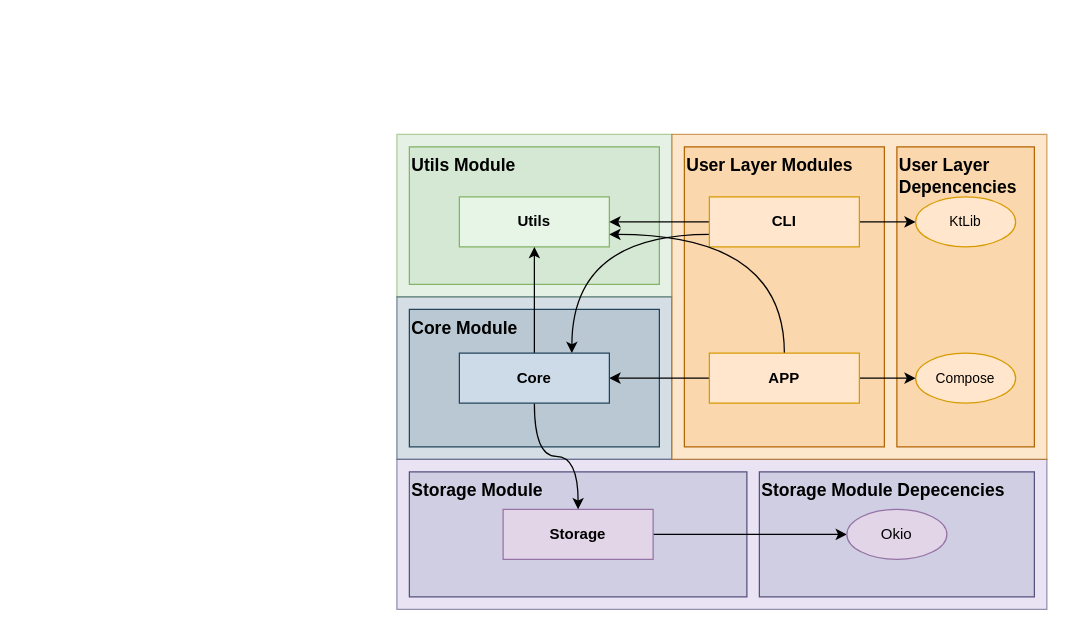
The draw.io diagram images/Module_Structure.drawio in RafaPear/TDS-2526-Assignment, before the edit. Source tidied: cells renumbered, new cells numbered last; positions are measured from the earlier drawing's top-left corner, leaving out a move shared by most shapes. Both pictures are drawn from the tidied source at 125%, with x=0, y=0 at pixel (396, 134).
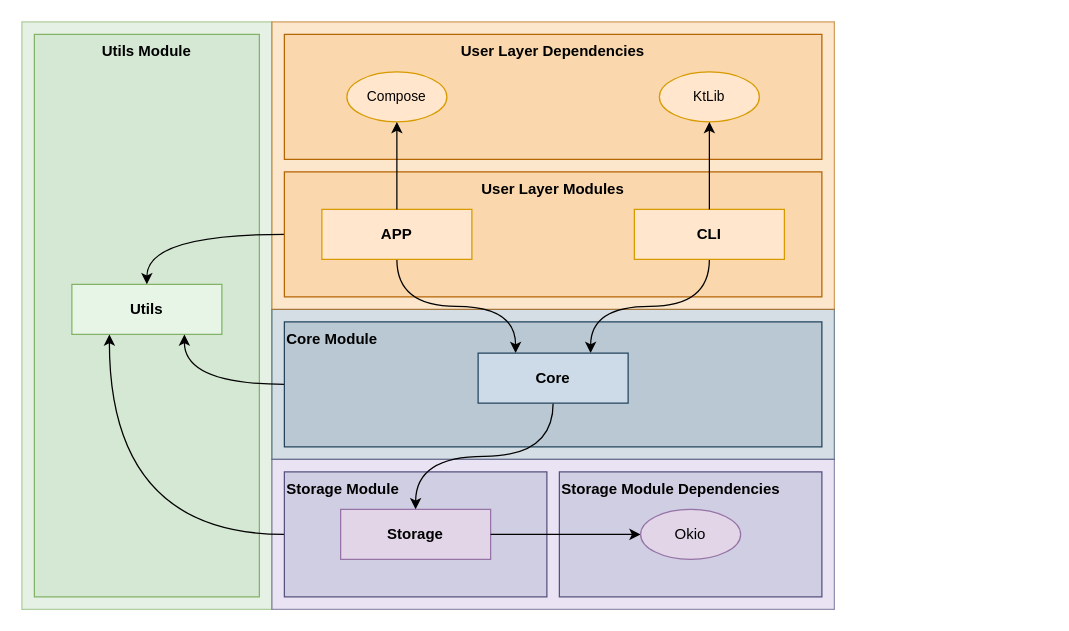
After the change.

Change to the diagram source:
```diff
@@
     <mxCell id="2" style="rounded=0;whiteSpace=wrap;html=1;fillColor=#d5e8d4;strokeColor=#82b366;labelBackgroundColor=none;labelBorderColor=none;textOpacity=0;opacity=60;fontStyle=1;" parent="1" vertex="1">
-      <mxGeometry width="220" height="130" as="geometry" />
+      <mxGeometry x="-300" y="-90" width="200" height="470" as="geometry" />
     </mxCell>
     <mxCell id="3" style="rounded=0;whiteSpace=wrap;html=1;fillColor=#d5e8d4;strokeColor=#82b366;" parent="1" vertex="1">
-      <mxGeometry x="10" y="10" width="200" height="110" as="geometry" />
+      <mxGeometry x="-290" y="-80" width="180" height="450" as="geometry" />
     </mxCell>
-    <mxCell id="4" value="Utils Module" style="text;html=1;align=left;verticalAlign=top;whiteSpace=wrap;rounded=0;fontSize=14;fontStyle=1;" parent="1" vertex="1">
-      <mxGeometry x="10" y="10" width="200" height="30" as="geometry" />
+    <mxCell id="4" value="Utils Module" style="text;html=1;align=center;verticalAlign=top;whiteSpace=wrap;rounded=0;fontSize=12;fontStyle=1;" parent="1" vertex="1">
+      <mxGeometry x="-290" y="-80" width="180" height="30" as="geometry" />
     </mxCell>
     <mxCell id="5" value="&lt;div&gt;&lt;b&gt;Utils&lt;/b&gt;&lt;/div&gt;" style="html=1;whiteSpace=wrap;fillColor=light-dark(#e6f5e5, #1f2f1e);strokeColor=#82b366;" parent="1" vertex="1">
-      <mxGeometry x="50" y="50" width="120" height="40" as="geometry" />
+      <mxGeometry x="-260" y="120" width="120" height="40" as="geometry" />
     </mxCell>
     <mxCell id="6" style="rounded=0;whiteSpace=wrap;html=1;fillColor=#bac8d3;strokeColor=#23445d;labelBackgroundColor=none;labelBorderColor=none;textOpacity=0;opacity=60;" parent="1" vertex="1">
-      <mxGeometry y="130" width="220" height="130" as="geometry" />
+      <mxGeometry x="-100" y="140" width="450" height="120" as="geometry" />
     </mxCell>
+    <mxCell id="36" style="edgeStyle=orthogonalEdgeStyle;shape=connector;curved=1;rounded=0;jettySize=auto;html=1;exitX=0;exitY=0.5;exitDx=0;exitDy=0;entryX=0.75;entryY=1;entryDx=0;entryDy=0;strokeColor=default;align=center;verticalAlign=middle;fontFamily=Helvetica;fontSize=11;fontColor=default;labelBackgroundColor=default;endArrow=classic;" parent="1" edge="1" source="7" target="5">
+      <mxGeometry relative="1" as="geometry" />
+    </mxCell>
     <mxCell id="7" style="rounded=0;whiteSpace=wrap;html=1;fillColor=#bac8d3;strokeColor=#23445d;" parent="1" vertex="1">
-      <mxGeometry x="10" y="140" width="200" height="110" as="geometry" />
+      <mxGeometry x="-90" y="150" width="430" height="100" as="geometry" />
     </mxCell>
     <mxCell id="8" style="rounded=0;whiteSpace=wrap;html=1;fillColor=#DBD0EB;strokeColor=#56517e;labelBackgroundColor=none;labelBorderColor=none;textOpacity=0;opacity=60;gradientColor=none;fontStyle=1;" parent="1" vertex="1">
-      <mxGeometry y="260" width="520" height="120" as="geometry" />
+      <mxGeometry x="-100" y="260" width="450" height="120" as="geometry" />
     </mxCell>
-    <mxCell id="9" style="rounded=0;whiteSpace=wrap;html=1;fillColor=#d0cee2;strokeColor=#56517e;fontStyle=0;" parent="1" vertex="1">
-      <mxGeometry x="290" y="270" width="220" height="100" as="geometry" />
-    </mxCell>
+    <mxCell id="37" style="edgeStyle=orthogonalEdgeStyle;shape=connector;curved=1;rounded=0;jettySize=auto;html=1;exitX=0;exitY=0.5;exitDx=0;exitDy=0;entryX=0.25;entryY=1;entryDx=0;entryDy=0;strokeColor=default;align=center;verticalAlign=middle;fontFamily=Helvetica;fontSize=11;fontColor=default;labelBackgroundColor=default;endArrow=classic;" parent="1" edge="1" source="10" target="5">
+      <mxGeometry relative="1" as="geometry" />
+    </mxCell>
     <mxCell id="10" style="rounded=0;whiteSpace=wrap;html=1;fillColor=#d0cee2;strokeColor=#56517e;fontStyle=1;" parent="1" vertex="1">
-      <mxGeometry x="10" y="270" width="270" height="100" as="geometry" />
+      <mxGeometry x="-90" y="270" width="210" height="100" as="geometry" />
     </mxCell>
-    <mxCell id="11" value="Storage Module" style="text;html=1;align=left;verticalAlign=top;whiteSpace=wrap;rounded=0;fontSize=14;fontStyle=1;" parent="1" vertex="1">
-      <mxGeometry x="10" y="270" width="330" height="40" as="geometry" />
+    <mxCell id="11" value="Storage Module" style="text;html=1;align=left;verticalAlign=top;whiteSpace=wrap;rounded=0;fontSize=12;fontStyle=1;" parent="1" vertex="1">
+      <mxGeometry x="-90" y="270" width="210" height="40" as="geometry" />
     </mxCell>
-    <mxCell id="12" style="edgeStyle=orthogonalEdgeStyle;shape=connector;curved=1;rounded=0;jettySize=auto;html=1;exitX=1;exitY=0.5;exitDx=0;exitDy=0;strokeColor=default;align=center;verticalAlign=middle;fontFamily=Helvetica;fontSize=11;fontColor=default;labelBackgroundColor=default;endArrow=classic;" parent="1" edge="1" source="13" target="31">
-      <mxGeometry relative="1" as="geometry" />
-    </mxCell>
     <mxCell id="13" value="&lt;span&gt;Storage&lt;/span&gt;" style="html=1;whiteSpace=wrap;fillColor=#e1d5e7;strokeColor=#9673a6;fontStyle=1;" parent="1" vertex="1">
-      <mxGeometry x="85" y="300" width="120" height="40" as="geometry" />
+      <mxGeometry x="-45" y="300" width="120" height="40" as="geometry" />
     </mxCell>
-    <mxCell id="14" value="Storage Module Depecencies" style="text;html=1;align=left;verticalAlign=top;whiteSpace=wrap;rounded=0;fontSize=14;fontStyle=1;" parent="1" vertex="1">
-      <mxGeometry x="290" y="270" width="220" height="40" as="geometry" />
-    </mxCell>
     <mxCell id="15" style="rounded=0;whiteSpace=wrap;html=1;fillColor=#fad7ac;strokeColor=#b46504;labelBackgroundColor=none;labelBorderColor=none;textOpacity=0;opacity=60;fontStyle=1;" parent="1" vertex="1">
-      <mxGeometry x="220" width="300" height="260" as="geometry" />
+      <mxGeometry x="-100" y="-90" width="450" height="230" as="geometry" />
     </mxCell>
-    <mxCell id="16" style="rounded=0;whiteSpace=wrap;html=1;fillColor=#fad7ac;strokeColor=#b46504;" parent="1" vertex="1">
-      <mxGeometry x="400" y="10" width="110" height="240" as="geometry" />
-    </mxCell>
+    <mxCell id="38" style="edgeStyle=orthogonalEdgeStyle;shape=connector;curved=1;rounded=0;jettySize=auto;html=1;exitX=0;exitY=0.5;exitDx=0;exitDy=0;entryX=0.5;entryY=0;entryDx=0;entryDy=0;strokeColor=default;align=center;verticalAlign=middle;fontFamily=Helvetica;fontSize=11;fontColor=default;labelBackgroundColor=default;endArrow=classic;" parent="1" edge="1" source="17" target="5">
+      <mxGeometry relative="1" as="geometry" />
+    </mxCell>
     <mxCell id="17" style="rounded=0;whiteSpace=wrap;html=1;fillColor=#fad7ac;strokeColor=#b46504;" parent="1" vertex="1">
-      <mxGeometry x="230" y="10" width="160" height="240" as="geometry" />
+      <mxGeometry x="-90" y="30" width="430" height="100" as="geometry" />
     </mxCell>
-    <mxCell id="18" value="User Layer Modules" style="text;html=1;align=left;verticalAlign=top;whiteSpace=wrap;rounded=0;fontSize=14;fontStyle=1;" parent="1" vertex="1">
-      <mxGeometry x="230" y="10" width="160" height="40" as="geometry" />
+    <mxCell id="18" value="User Layer Modules" style="text;html=1;align=center;verticalAlign=top;whiteSpace=wrap;rounded=0;fontSize=12;fontStyle=1;" parent="1" vertex="1">
+      <mxGeometry x="-90" y="30" width="430" height="40" as="geometry" />
     </mxCell>
@@
-    <mxCell id="20" value="&lt;span&gt;KtLib&lt;/span&gt;" style="ellipse;whiteSpace=wrap;html=1;fontFamily=Helvetica;fontSize=11;labelBackgroundColor=none;fillColor=#ffe6cc;strokeColor=#d79b00;fontStyle=0;" parent="1" vertex="1">
-      <mxGeometry x="415" y="50" width="80" height="40" as="geometry" />
-    </mxCell>
-    <mxCell id="21" value="&lt;span&gt;Compose&lt;/span&gt;" style="ellipse;whiteSpace=wrap;html=1;fontFamily=Helvetica;fontSize=11;labelBackgroundColor=none;fillColor=#ffe6cc;strokeColor=#d79b00;fontStyle=0;" parent="1" vertex="1">
-      <mxGeometry x="415" y="175" width="80" height="40" as="geometry" />
-    </mxCell>
-    <mxCell id="22" style="edgeStyle=orthogonalEdgeStyle;shape=connector;curved=1;rounded=0;jettySize=auto;html=1;exitX=1;exitY=0.5;exitDx=0;exitDy=0;strokeColor=default;align=center;verticalAlign=middle;fontFamily=Helvetica;fontSize=11;fontColor=default;labelBackgroundColor=default;endArrow=classic;" parent="1" edge="1" source="25" target="20">
-      <mxGeometry relative="1" as="geometry" />
-    </mxCell>
-    <mxCell id="23" style="edgeStyle=orthogonalEdgeStyle;shape=connector;curved=1;rounded=0;jettySize=auto;html=1;exitX=0;exitY=0.5;exitDx=0;exitDy=0;strokeColor=default;align=center;verticalAlign=middle;fontFamily=Helvetica;fontSize=11;fontColor=default;labelBackgroundColor=default;endArrow=classic;" parent="1" edge="1" source="25" target="5">
-      <mxGeometry relative="1" as="geometry" />
-    </mxCell>
-    <mxCell id="24" style="edgeStyle=orthogonalEdgeStyle;shape=connector;curved=1;rounded=0;jettySize=auto;html=1;exitX=0;exitY=0.75;exitDx=0;exitDy=0;entryX=0.75;entryY=0;entryDx=0;entryDy=0;strokeColor=default;align=center;verticalAlign=middle;fontFamily=Helvetica;fontSize=11;fontColor=default;labelBackgroundColor=default;endArrow=classic;" parent="1" edge="1" source="25" target="35">
+    <mxCell id="24" style="edgeStyle=orthogonalEdgeStyle;shape=connector;curved=1;rounded=0;jettySize=auto;html=1;exitX=0.5;exitY=1;exitDx=0;exitDy=0;entryX=0.75;entryY=0;entryDx=0;entryDy=0;strokeColor=default;align=center;verticalAlign=middle;fontFamily=Helvetica;fontSize=11;fontColor=default;labelBackgroundColor=default;endArrow=classic;" parent="1" edge="1" source="25" target="35">
       <mxGeometry relative="1" as="geometry" />
     </mxCell>
     <mxCell id="25" value="&lt;b&gt;CLI&lt;/b&gt;" style="html=1;whiteSpace=wrap;fillColor=#ffe6cc;strokeColor=#d79b00;" parent="1" vertex="1">
-      <mxGeometry x="250" y="50" width="120" height="40" as="geometry" />
+      <mxGeometry x="190" y="60" width="120" height="40" as="geometry" />
     </mxCell>
-    <mxCell id="26" style="edgeStyle=orthogonalEdgeStyle;shape=connector;curved=1;rounded=0;jettySize=auto;html=1;exitX=1;exitY=0.5;exitDx=0;exitDy=0;strokeColor=default;align=center;verticalAlign=middle;fontFamily=Helvetica;fontSize=11;fontColor=default;labelBackgroundColor=default;endArrow=classic;" parent="1" edge="1" source="29" target="21">
-      <mxGeometry relative="1" as="geometry" />
-    </mxCell>
-    <mxCell id="27" style="edgeStyle=orthogonalEdgeStyle;shape=connector;curved=1;rounded=0;jettySize=auto;html=1;exitX=0;exitY=0.5;exitDx=0;exitDy=0;strokeColor=default;align=center;verticalAlign=middle;fontFamily=Helvetica;fontSize=11;fontColor=default;labelBackgroundColor=default;endArrow=classic;" parent="1" edge="1" source="29" target="35">
+    <mxCell id="27" style="edgeStyle=orthogonalEdgeStyle;shape=connector;curved=1;rounded=0;jettySize=auto;html=1;exitX=0.5;exitY=1;exitDx=0;exitDy=0;entryX=0.25;entryY=0;entryDx=0;entryDy=0;strokeColor=default;align=center;verticalAlign=middle;fontFamily=Helvetica;fontSize=11;fontColor=default;labelBackgroundColor=default;endArrow=classic;" parent="1" edge="1" source="29" target="35">
       <mxGeometry relative="1" as="geometry" />
     </mxCell>
-    <mxCell id="28" style="edgeStyle=orthogonalEdgeStyle;shape=connector;curved=1;rounded=0;jettySize=auto;html=1;exitX=0.5;exitY=0;exitDx=0;exitDy=0;entryX=1;entryY=0.75;entryDx=0;entryDy=0;strokeColor=default;align=center;verticalAlign=middle;fontFamily=Helvetica;fontSize=11;fontColor=default;labelBackgroundColor=default;endArrow=classic;" parent="1" edge="1" source="29" target="5">
-      <mxGeometry relative="1" as="geometry" />
-    </mxCell>
     <mxCell id="29" value="&lt;b&gt;APP&lt;/b&gt;" style="html=1;whiteSpace=wrap;fillColor=#ffe6cc;strokeColor=#d79b00;" parent="1" vertex="1">
-      <mxGeometry x="250" y="175" width="120" height="40" as="geometry" />
+      <mxGeometry x="-60" y="60" width="120" height="40" as="geometry" />
     </mxCell>
-    <mxCell id="30" value="User Layer Depencencies" style="text;html=1;align=left;verticalAlign=top;whiteSpace=wrap;rounded=0;fontSize=14;fontStyle=1;" parent="1" vertex="1">
-      <mxGeometry x="400" y="10" width="110" height="40" as="geometry" />
-    </mxCell>
-    <mxCell id="31" value="&lt;span&gt;Okio&lt;/span&gt;" style="ellipse;whiteSpace=wrap;html=1;fontFamily=Helvetica;fontSize=12;labelBackgroundColor=none;fillColor=#e1d5e7;strokeColor=#9673a6;fontStyle=0;align=center;verticalAlign=middle;" parent="1" vertex="1">
-      <mxGeometry x="360" y="300" width="80" height="40" as="geometry" />
-    </mxCell>
-    <mxCell id="32" value="Core Module" style="text;html=1;align=left;verticalAlign=top;whiteSpace=wrap;rounded=0;fontSize=14;fontStyle=1;" parent="1" vertex="1">
-      <mxGeometry x="10" y="140" width="200" height="30" as="geometry" />
+    <mxCell id="32" value="Core Module" style="text;html=1;align=left;verticalAlign=top;whiteSpace=wrap;rounded=0;fontSize=12;fontStyle=1;" parent="1" vertex="1">
+      <mxGeometry x="-90" y="150" width="200" height="30" as="geometry" />
     </mxCell>
-    <mxCell id="33" style="edgeStyle=orthogonalEdgeStyle;shape=connector;curved=1;rounded=0;jettySize=auto;html=1;exitX=0.5;exitY=0;exitDx=0;exitDy=0;strokeColor=default;align=center;verticalAlign=middle;fontFamily=Helvetica;fontSize=11;fontColor=default;labelBackgroundColor=default;endArrow=classic;" parent="1" edge="1" source="35" target="5">
-      <mxGeometry relative="1" as="geometry" />
-    </mxCell>
@@
     <mxCell id="35" value="&lt;div&gt;&lt;b&gt;Core&lt;/b&gt;&lt;/div&gt;" style="html=1;whiteSpace=wrap;fillColor=#CCDBE7;strokeColor=#23445d;" parent="1" vertex="1">
-      <mxGeometry x="50" y="175" width="120" height="40" as="geometry" />
+      <mxGeometry x="65" y="175" width="120" height="40" as="geometry" />
     </mxCell>
+    <mxCell id="39" style="rounded=0;whiteSpace=wrap;html=1;fillColor=#d0cee2;strokeColor=#56517e;fontStyle=1;" parent="1" vertex="1">
+      <mxGeometry x="130" y="270" width="210" height="100" as="geometry" />
+    </mxCell>
+    <mxCell id="12" style="edgeStyle=orthogonalEdgeStyle;shape=connector;curved=1;rounded=0;jettySize=auto;html=1;exitX=1;exitY=0.5;exitDx=0;exitDy=0;strokeColor=default;align=center;verticalAlign=middle;fontFamily=Helvetica;fontSize=11;fontColor=default;labelBackgroundColor=default;endArrow=classic;" parent="1" edge="1" source="13" target="31">
+      <mxGeometry relative="1" as="geometry" />
+    </mxCell>
+    <mxCell id="31" value="&lt;span&gt;Okio&lt;/span&gt;" style="ellipse;whiteSpace=wrap;html=1;fontFamily=Helvetica;fontSize=12;labelBackgroundColor=none;fillColor=#e1d5e7;strokeColor=#9673a6;fontStyle=0;align=center;verticalAlign=middle;" parent="1" vertex="1">
+      <mxGeometry x="195" y="300" width="80" height="40" as="geometry" />
+    </mxCell>
+    <mxCell id="14" value="Storage Module Dependencies" style="text;html=1;align=left;verticalAlign=top;whiteSpace=wrap;rounded=0;fontSize=12;fontStyle=1;" parent="1" vertex="1">
+      <mxGeometry x="130" y="270" width="210" height="40" as="geometry" />
+    </mxCell>
+    <mxCell id="40" style="rounded=0;whiteSpace=wrap;html=1;fillColor=#fad7ac;strokeColor=#b46504;" parent="1" vertex="1">
+      <mxGeometry x="-90" y="-80" width="430" height="100" as="geometry" />
+    </mxCell>
+    <mxCell id="30" value="User Layer Dependencies" style="text;html=1;align=center;verticalAlign=top;whiteSpace=wrap;rounded=0;fontSize=12;fontStyle=1;" parent="1" vertex="1">
+      <mxGeometry x="-90" y="-80" width="430" height="40" as="geometry" />
+    </mxCell>
+    <mxCell id="21" value="&lt;span&gt;Compose&lt;/span&gt;" style="ellipse;whiteSpace=wrap;html=1;fontFamily=Helvetica;fontSize=11;labelBackgroundColor=none;fillColor=#ffe6cc;strokeColor=#d79b00;fontStyle=0;" parent="1" vertex="1">
+      <mxGeometry x="-40" y="-50" width="80" height="40" as="geometry" />
+    </mxCell>
+    <mxCell id="20" value="&lt;span&gt;KtLib&lt;/span&gt;" style="ellipse;whiteSpace=wrap;html=1;fontFamily=Helvetica;fontSize=11;labelBackgroundColor=none;fillColor=#ffe6cc;strokeColor=#d79b00;fontStyle=0;" parent="1" vertex="1">
+      <mxGeometry x="210" y="-50" width="80" height="40" as="geometry" />
+    </mxCell>
+    <mxCell id="26" style="edgeStyle=orthogonalEdgeStyle;rounded=0;jettySize=auto;html=1;exitX=0.5;exitY=0;exitDx=0;exitDy=0;" parent="1" edge="1" source="29" target="21">
+      <mxGeometry relative="1" as="geometry" />
+    </mxCell>
+    <mxCell id="22" style="edgeStyle=orthogonalEdgeStyle;rounded=0;jettySize=auto;html=1;exitX=0.5;exitY=0;exitDx=0;exitDy=0;" parent="1" edge="1" source="25" target="20">
+      <mxGeometry relative="1" as="geometry" />
+    </mxCell>
```
